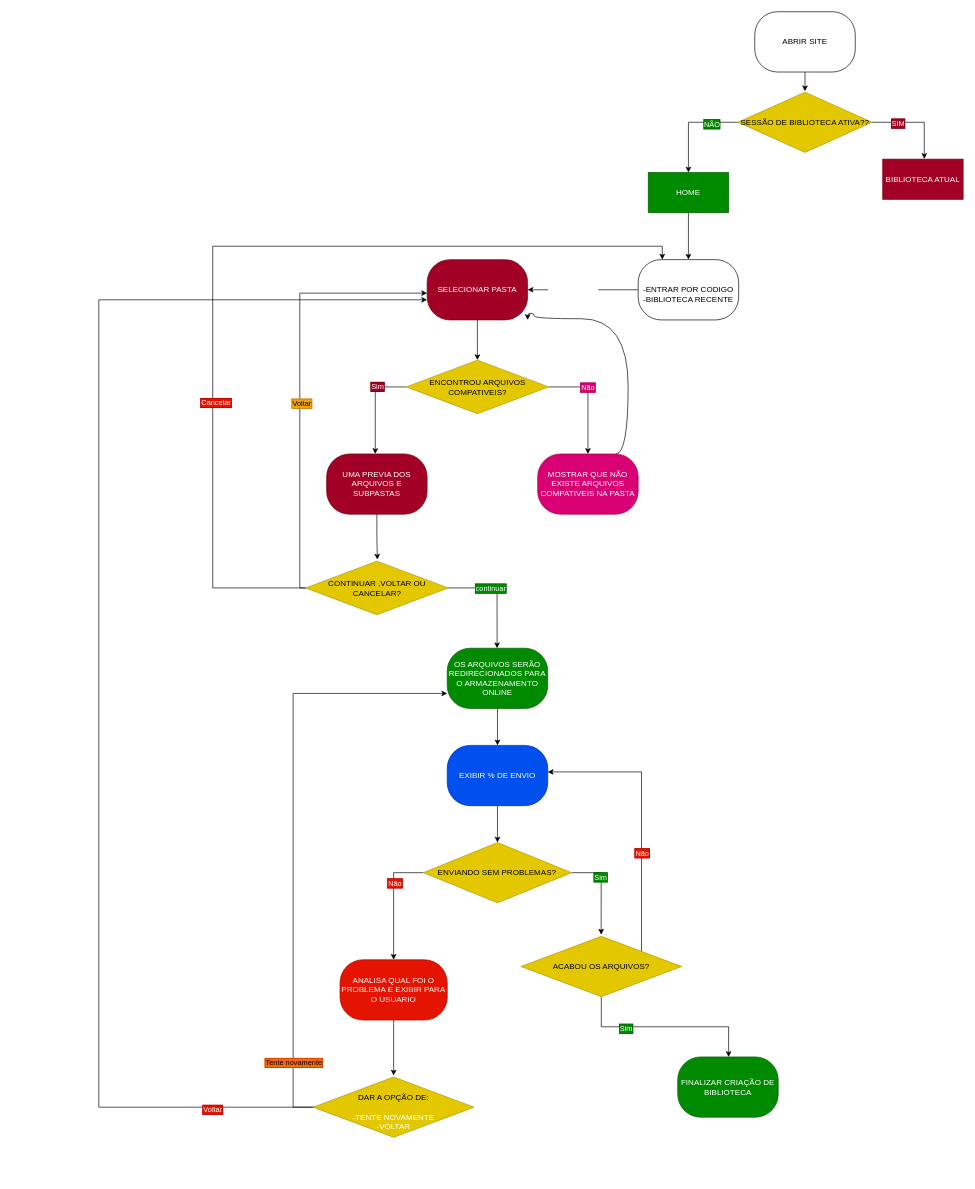
Above: docs/diagrams/01-user-flow.drawio in LuanFazolimMurolo/LearnTrack (draw.io), before the change. Source tidied: cells renumbered, new cells numbered last; positions are measured from the earlier drawing's top-left corner, leaving out a move shared by most shapes. Both pictures are drawn from the tidied source at 67%, with x=0, y=0 at pixel (98, 11).
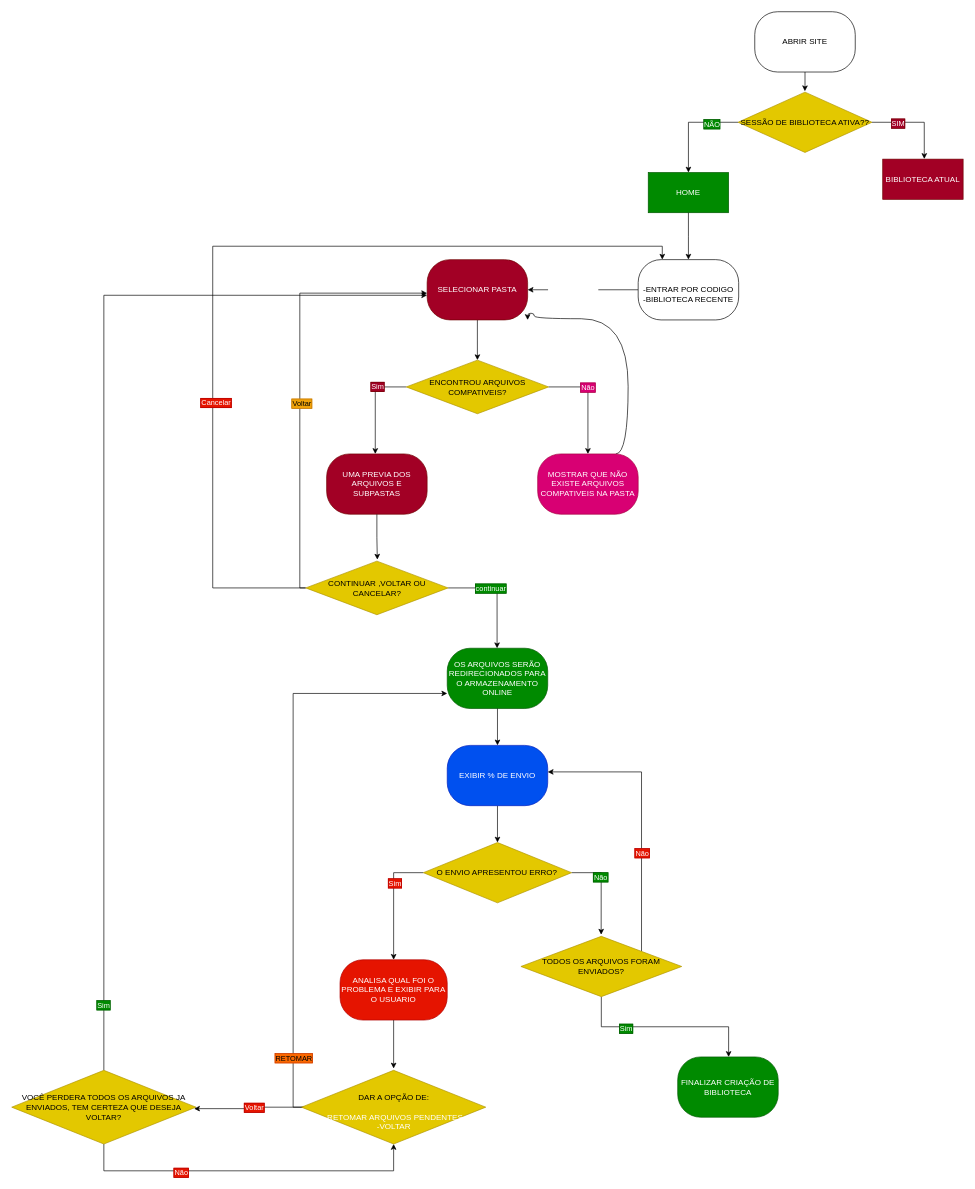
The same page after the edit.

The change refers to these unchanged cells:
```xml
<mxCell id="16" value="SELECIONAR PASTA" style="rounded=1;whiteSpace=wrap;html=1;roundedPerimeter=1;arcSize=38;fillColor=#a20025;strokeColor=#6F0000;fontColor=#ffffff;" parent="1" vertex="1">
  <mxGeometry x="490" y="370" width="150" height="90" as="geometry" />
</mxCell>
<mxCell id="34" value="OS ARQUIVOS SERÃO REDIRECIONADOS PARA O ARMAZENAMENTO ONLINE" style="rounded=1;whiteSpace=wrap;html=1;roundedPerimeter=1;arcSize=38;fillColor=#008a00;strokeColor=#005700;fontColor=#ffffff;" parent="1" vertex="1">
  <mxGeometry x="520" y="950" width="150" height="90" as="geometry" />
</mxCell>
<mxCell id="35" style="edgeStyle=orthogonalEdgeStyle;rounded=0;jettySize=auto;html=1;entryX=0.5;entryY=0;entryDx=0;entryDy=0;defaultLabelBackgroundColor=page;labelPadding=0 4;exitX=0;exitY=0.5;exitDx=0;exitDy=0;" parent="1" edge="1" source="39" target="40">
  <mxGeometry relative="1" as="geometry" />
</mxCell>
<mxCell id="37" style="edgeStyle=orthogonalEdgeStyle;rounded=0;jettySize=auto;html=1;entryX=0.499;entryY=-0.028;entryDx=0;entryDy=0;defaultLabelBackgroundColor=page;labelPadding=0 4;exitX=1;exitY=0.5;exitDx=0;exitDy=0;entryPerimeter=0;" parent="1" edge="1" source="39" target="47">
  <mxGeometry relative="1" as="geometry" />
</mxCell>
```

What changed in the source:
```diff
@@
-    <mxCell id="36" value="Não" style="edgeLabel;html=1;align=center;verticalAlign=middle;inheritText=fontFamily,fontSize,fontStyle,textOpacity,labelBorderWidth,defaultLabelBackgroundColor,labelPadding;defaultLabelBackgroundColor=page;labelPadding=0 4;labelBackgroundColor=#e51400;fontColor=#ffffff;labelBorderColor=#B20000;" parent="35" vertex="1">
+    <mxCell id="36" value="Sim" style="edgeLabel;html=1;align=center;verticalAlign=middle;inheritText=fontFamily,fontSize,fontStyle,textOpacity,labelBorderWidth,defaultLabelBackgroundColor,labelPadding;defaultLabelBackgroundColor=page;labelPadding=0 4;labelBackgroundColor=#e51400;fontColor=#ffffff;labelBorderColor=#B20000;" parent="35" vertex="1">
       <mxGeometry x="-0.31" y="1" relative="1" as="geometry" />
     </mxCell>
@@
-    <mxCell id="38" value="Sim" style="edgeLabel;html=1;align=center;verticalAlign=middle;inheritText=fontFamily,fontSize,fontStyle,textOpacity,labelBorderWidth,defaultLabelBackgroundColor,labelPadding;defaultLabelBackgroundColor=page;labelPadding=0 4;labelBackgroundColor=#008a00;fontColor=#ffffff;labelBorderColor=#005700;" parent="37" vertex="1">
+    <mxCell id="38" value="Não" style="edgeLabel;html=1;align=center;verticalAlign=middle;inheritText=fontFamily,fontSize,fontStyle,textOpacity,labelBorderWidth,defaultLabelBackgroundColor,labelPadding;defaultLabelBackgroundColor=page;labelPadding=0 4;labelBackgroundColor=#008a00;fontColor=#ffffff;labelBorderColor=#005700;" parent="37" vertex="1">
       <mxGeometry x="-0.25" y="-1" relative="1" as="geometry" />
     </mxCell>
-    <mxCell id="39" value="ENVIANDO SEM PROBLEMAS?" style="rhombus;whiteSpace=wrap;html=1;shapeInside=1;fillColor=#e3c800;fontColor=#000000;strokeColor=#B09500;" parent="1" vertex="1">
+    <mxCell id="39" value="O ENVIO APRESENTOU ERRO?" style="rhombus;whiteSpace=wrap;html=1;shapeInside=1;fillColor=#e3c800;fontColor=#000000;strokeColor=#B09500;" parent="1" vertex="1">
       <mxGeometry x="484.4" y="1240" width="221.2" height="90" as="geometry" />
     </mxCell>
@@
-    <mxCell id="47" value="ACABOU OS ARQUIVOS?" style="rhombus;whiteSpace=wrap;html=1;shapeInside=1;fillColor=#e3c800;fontColor=#000000;strokeColor=#B09500;" parent="1" vertex="1">
+    <mxCell id="47" value="TODOS OS ARQUIVOS FORAM ENVIADOS?" style="rhombus;whiteSpace=wrap;html=1;shapeInside=1;fillColor=#e3c800;fontColor=#000000;strokeColor=#B09500;" parent="1" vertex="1">
       <mxGeometry x="630" y="1380" width="240" height="90" as="geometry" />
     </mxCell>
@@
-    <mxCell id="49" style="edgeStyle=orthogonalEdgeStyle;rounded=0;jettySize=auto;html=1;defaultLabelBackgroundColor=page;labelPadding=0 4;exitX=0;exitY=0.5;exitDx=0;exitDy=0;entryX=0;entryY=0.75;entryDx=0;entryDy=0;" parent="1" edge="1" target="34">
-      <mxGeometry relative="1" as="geometry">
-        <mxPoint x="330" y="1635" as="sourcePoint" />
+    <mxCell id="49" style="edgeStyle=orthogonalEdgeStyle;rounded=0;jettySize=auto;html=1;defaultLabelBackgroundColor=page;labelPadding=0 4;exitX=0;exitY=0.5;exitDx=0;exitDy=0;entryX=0;entryY=0.75;entryDx=0;entryDy=0;" parent="1" edge="1" source="53" target="34">
+      <mxGeometry x="0.03" relative="1" as="geometry">
         <Array as="points">
+          <mxPoint x="325" y="1635" />
           <mxPoint x="290" y="1635" />
           <mxPoint x="290" y="1016.9" />
         </Array>
       </mxGeometry>
     </mxCell>
-    <mxCell id="50" value="Tente novamente" style="edgeLabel;html=1;align=center;verticalAlign=middle;inheritText=fontFamily,fontSize,fontStyle,textOpacity,labelBorderWidth,defaultLabelBackgroundColor,labelPadding;defaultLabelBackgroundColor=page;labelPadding=0 4;labelBackgroundColor=#fa6800;labelBorderColor=#C73500;fontColor=#000000;" parent="49" vertex="1">
-      <mxGeometry x="-0.76" relative="1" as="geometry" />
+    <mxCell id="50" value="RETOMAR" style="edgeLabel;html=1;align=center;verticalAlign=middle;inheritText=fontFamily,fontSize,fontStyle,textOpacity,labelBorderWidth,defaultLabelBackgroundColor,labelPadding;defaultLabelBackgroundColor=page;labelPadding=0 4;labelBackgroundColor=#fa6800;labelBorderColor=#C73500;fontColor=#000000;" parent="49" vertex="1">
+      <mxGeometry x="-0.71" relative="1" as="geometry" />
     </mxCell>
-    <mxCell id="51" style="edgeStyle=orthogonalEdgeStyle;rounded=0;jettySize=auto;html=1;defaultLabelBackgroundColor=page;labelPadding=0 4;" parent="1" edge="1" source="53" target="16">
-      <mxGeometry x="-0.82" relative="1" as="geometry">
-        <Array as="points">
-          <mxPoint y="1635" />
-          <mxPoint y="430" />
-        </Array>
-      </mxGeometry>
-    </mxCell>
-    <mxCell id="52" value="Voltar" style="edgeLabel;html=1;align=center;verticalAlign=middle;inheritText=fontFamily,fontSize,fontStyle,textOpacity,labelBorderWidth,defaultLabelBackgroundColor,labelPadding;defaultLabelBackgroundColor=page;labelPadding=0 4;labelBackgroundColor=#e51400;fontColor=#ffffff;labelBorderColor=#B20000;" parent="51" vertex="1">
-      <mxGeometry x="-0.85" y="3" relative="1" as="geometry" />
-    </mxCell>
-    <mxCell id="53" value="&lt;br&gt;&lt;div&gt;DAR A OPÇÃO DE:&lt;/div&gt;&lt;div&gt;&lt;br&gt;&lt;/div&gt;&lt;div&gt;&lt;span style=&quot;color: light-dark(rgb(255, 255, 255), rgb(255, 153, 51));&quot;&gt;-TENTE NOVAMENTE&lt;/span&gt;&lt;/div&gt;&lt;span style=&quot;color: light-dark(rgb(255, 255, 255), rgb(255, 102, 102));&quot;&gt;-VOLTAR&lt;/span&gt;" style="rhombus;whiteSpace=wrap;html=1;shapeInside=1;fillColor=#e3c800;fontColor=#000000;strokeColor=#B09500;" parent="1" vertex="1">
-      <mxGeometry x="320" y="1590" width="240" height="90" as="geometry" />
+    <mxCell id="53" value="&lt;br&gt;&lt;div&gt;DAR A OPÇÃO DE:&lt;/div&gt;&lt;div&gt;&lt;br&gt;&lt;/div&gt;&lt;div&gt;&lt;span style=&quot;color: light-dark(rgb(255, 255, 255), rgb(255, 153, 51));&quot;&gt;-RETOMAR ARQUIVOS PENDENTES&lt;/span&gt;&lt;/div&gt;&lt;span style=&quot;color: light-dark(rgb(255, 255, 255), rgb(255, 102, 102));&quot;&gt;-VOLTAR&lt;/span&gt;" style="rhombus;whiteSpace=wrap;html=1;shapeInside=1;fillColor=#e3c800;fontColor=#000000;strokeColor=#B09500;" parent="1" vertex="1">
+      <mxGeometry x="302.5" y="1580" width="275" height="110" as="geometry" />
     </mxCell>
@@
+    <mxCell id="55" style="edgeStyle=orthogonalEdgeStyle;rounded=0;jettySize=auto;html=1;defaultLabelBackgroundColor=page;labelPadding=0 4;entryX=0.5;entryY=1;entryDx=0;entryDy=0;" parent="1" edge="1" source="59" target="53">
+      <mxGeometry x="-0.89" relative="1" as="geometry">
+        <Array as="points">
+          <mxPoint x="7.5" y="1730" />
+          <mxPoint x="440" y="1730" />
+        </Array>
+      </mxGeometry>
+    </mxCell>
+    <mxCell id="56" value="Não" style="edgeLabel;html=1;align=center;verticalAlign=middle;inheritText=fontFamily,fontSize,fontStyle,textOpacity,labelBorderWidth,defaultLabelBackgroundColor,labelPadding;defaultLabelBackgroundColor=page;labelPadding=0 4;labelBackgroundColor=#e51400;fontColor=#ffffff;labelBorderColor=#B20000;" parent="55" vertex="1">
+      <mxGeometry x="-0.4" y="-2" relative="1" as="geometry">
+        <mxPoint x="1" as="offset" />
+      </mxGeometry>
+    </mxCell>
+    <mxCell id="57" style="edgeStyle=orthogonalEdgeStyle;rounded=0;jettySize=auto;html=1;defaultLabelBackgroundColor=page;labelPadding=0 4;entryX=0.003;entryY=0.591;entryDx=0;entryDy=0;" parent="1" edge="1" source="59" target="16">
+      <mxGeometry x="-0.18" relative="1" as="geometry">
+        <Array as="points">
+          <mxPoint x="7.5" y="423.2" />
+        </Array>
+      </mxGeometry>
+    </mxCell>
+    <mxCell id="58" value="Sim" style="edgeLabel;html=1;align=center;verticalAlign=middle;inheritText=fontFamily,fontSize,fontStyle,textOpacity,labelBorderWidth,defaultLabelBackgroundColor,labelPadding;defaultLabelBackgroundColor=page;labelPadding=0 4;labelBackgroundColor=#008a00;fontColor=#ffffff;labelBorderColor=#005700;" parent="57" vertex="1">
+      <mxGeometry x="-0.88" y="1" relative="1" as="geometry" />
+    </mxCell>
+    <mxCell id="59" value="VOCÊ PERDERA TODOS OS ARQUIVOS JA ENVIADOS, TEM CERTEZA QUE DESEJA VOLTAR?" style="rhombus;whiteSpace=wrap;html=1;shapeInside=1;fillColor=#e3c800;fontColor=#000000;strokeColor=#B09500;" parent="1" vertex="1">
+      <mxGeometry x="-130" y="1580" width="275" height="110" as="geometry" />
+    </mxCell>
+    <mxCell id="60" style="edgeStyle=orthogonalEdgeStyle;rounded=0;jettySize=auto;html=1;entryX=0.99;entryY=0.52;entryDx=0;entryDy=0;entryPerimeter=0;defaultLabelBackgroundColor=page;labelPadding=0 4;" parent="1" edge="1" source="53" target="59">
+      <mxGeometry relative="1" as="geometry" />
+    </mxCell>
+    <mxCell id="52" value="Voltar" style="edgeLabel;html=1;align=center;verticalAlign=middle;inheritText=fontFamily,fontSize,fontStyle,textOpacity,labelBorderWidth,defaultLabelBackgroundColor,labelPadding;defaultLabelBackgroundColor=page;labelPadding=0 4;labelBackgroundColor=#e51400;fontColor=#ffffff;labelBorderColor=#B20000;" parent="60" vertex="1">
+      <mxGeometry x="-0.13" relative="1" as="geometry" />
+    </mxCell>
```
